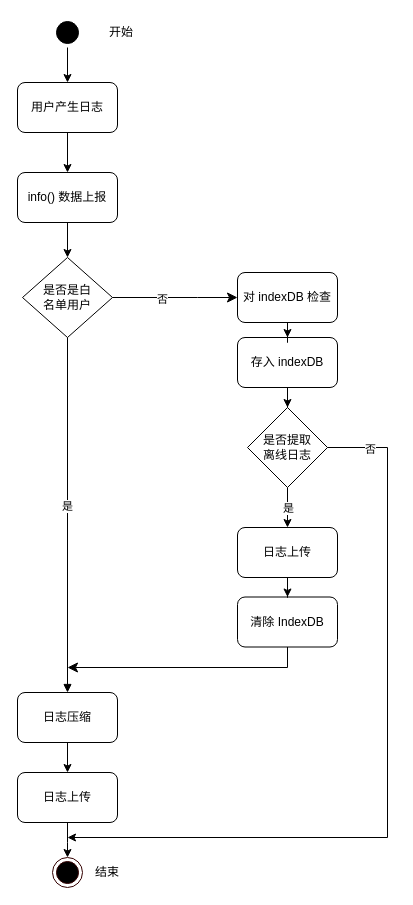
Before: 离线日志-主动上报.drawio in FelixTt/repositoryForDraw.io, a draw.io diagram. Source tidied: cells renumbered, new cells numbered last; positions are measured from the earlier drawing's top-left corner, leaving out a move shared by most shapes. Both pictures are drawn from the tidied source at 100%, with x=0, y=0 at pixel (17, 17).
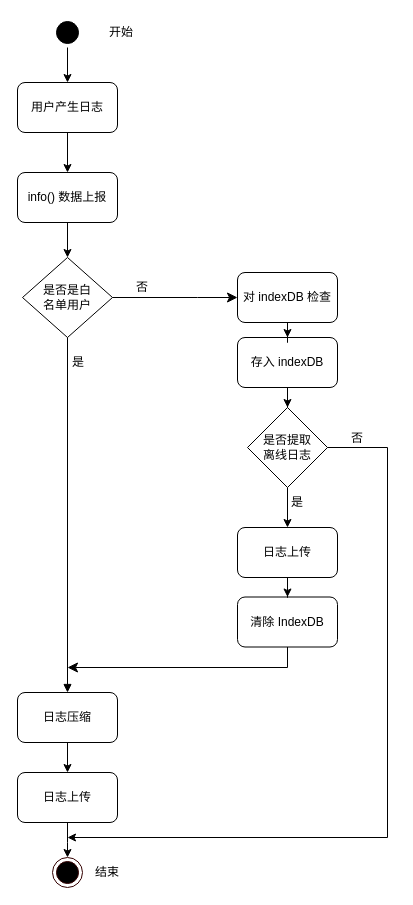
After the change.

Commit message:
更新离线日志-主动上报.drawio

Unchanged cells that the change refers to:
```xml
<mxCell id="4" value="是否是白&lt;br&gt;名单用户" style="rhombus;whiteSpace=wrap;html=1;" parent="1" vertex="1">
  <mxGeometry x="5" y="240" width="90" height="80" as="geometry" />
</mxCell>
<mxCell id="10" style="edgeStyle=elbowEdgeStyle;elbow=horizontal;endArrow=classic;html=1;curved=0;rounded=0;endSize=8;startSize=8;exitX=1;exitY=0.5;exitDx=0;exitDy=0;entryX=0;entryY=0.5;entryDx=0;entryDy=0;" parent="1" edge="1" source="4" target="20">
  <mxGeometry relative="1" as="geometry">
    <Array as="points">
      <mxPoint x="180" y="240" />
    </Array>
  </mxGeometry>
</mxCell>
<mxCell id="12" value="日志压缩" style="rounded=1;whiteSpace=wrap;html=1;" parent="1" vertex="1">
  <mxGeometry y="675" width="100" height="50" as="geometry" />
</mxCell>
<mxCell id="15" style="edgeStyle=orthogonalEdgeStyle;rounded=0;jettySize=auto;html=1;exitX=0.5;exitY=1;exitDx=0;exitDy=0;" parent="1" edge="1" source="29" target="18">
  <mxGeometry relative="1" as="geometry" />
</mxCell>
<mxCell id="30" style="endArrow=classic;html=1;rounded=0;exitX=1;exitY=0.5;exitDx=0;exitDy=0;" parent="1" edge="1" source="29">
  <mxGeometry relative="1" as="geometry">
    <mxPoint x="50" y="820" as="targetPoint" />
    <Array as="points">
      <mxPoint x="370" y="430" />
      <mxPoint x="370" y="820" />
      <mxPoint x="50" y="820" />
    </Array>
  </mxGeometry>
</mxCell>
```

Diff of the diagram source:
```diff
@@
-    <mxCell id="11" value="否" style="edgeLabel;html=1;align=center;verticalAlign=middle;" parent="10" vertex="1">
-      <mxGeometry x="-0.22" y="-1" relative="1" as="geometry" />
-    </mxCell>
@@
-    <mxCell id="14" value="是" style="html=1;verticalAlign=bottom;endArrow=block;rounded=0;" parent="1" edge="1" source="4" target="12">
+    <mxCell id="14" style="html=1;verticalAlign=bottom;endArrow=block;rounded=0;" parent="1" edge="1" source="4" target="12">
       <mxGeometry relative="1" as="geometry" />
     </mxCell>
@@
-    <mxCell id="16" value="是" style="edgeLabel;html=1;align=center;verticalAlign=middle;" parent="15" vertex="1">
-      <mxGeometry x="-0.8" y="1" relative="1" as="geometry">
-        <mxPoint x="-1" y="16" as="offset" />
-      </mxGeometry>
-    </mxCell>
@@
-    <mxCell id="31" value="否" style="edgeLabel;html=1;align=center;verticalAlign=middle;" parent="30" vertex="1">
-      <mxGeometry x="-0.89" y="-1" relative="1" as="geometry" />
-    </mxCell>
+    <mxCell id="32" value="否" style="text;html=1;strokeColor=none;fillColor=none;align=center;verticalAlign=middle;whiteSpace=wrap;rounded=0;" parent="1" vertex="1">
+      <mxGeometry x="95" y="255" width="60" height="30" as="geometry" />
+    </mxCell>
+    <mxCell id="33" value="是" style="text;html=1;strokeColor=none;fillColor=none;align=center;verticalAlign=middle;whiteSpace=wrap;rounded=0;" parent="1" vertex="1">
+      <mxGeometry x="31" y="330" width="60" height="30" as="geometry" />
+    </mxCell>
+    <mxCell id="34" value="否" style="text;html=1;strokeColor=none;fillColor=none;align=center;verticalAlign=middle;whiteSpace=wrap;rounded=0;" parent="1" vertex="1">
+      <mxGeometry x="310" y="406" width="60" height="30" as="geometry" />
+    </mxCell>
+    <mxCell id="35" value="是" style="text;html=1;strokeColor=none;fillColor=none;align=center;verticalAlign=middle;whiteSpace=wrap;rounded=0;" parent="1" vertex="1">
+      <mxGeometry x="250" y="470" width="60" height="30" as="geometry" />
+    </mxCell>
```
